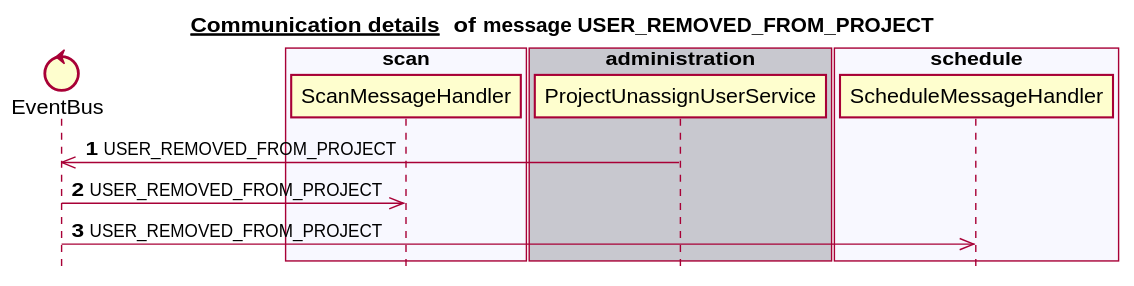
The PlantUML diagram docs/latest/images/gen_domain_messaging_user_removed_from_project.svg in mercedes-benz/sechub, before a commit.
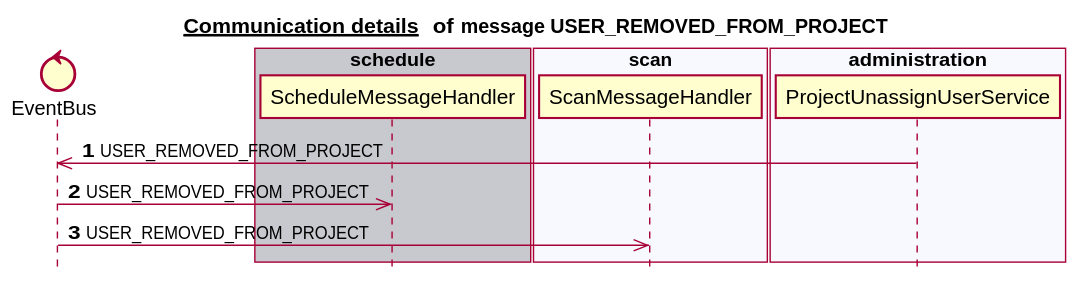
The same diagram one commit later.

Change to the diagram source:
```diff
@@ -6,23 +6,23 @@
 
 
 control EventBus
-box "authorization" #C8C8CF
+box "schedule" #C8C8CF
+   participant ScheduleMessageHandler
 end box
 box "scan" #F8F8FF
    participant ScanMessageHandler
 end box
-box "administration" #C8C8CF
+box "notification" #C8C8CF
+end box
+box "administration" #F8F8FF
    participant ProjectUnassignUserService
 end box
-box "schedule" #F8F8FF
-   participant ScheduleMessageHandler
-end box
-box "notification" #C8C8CF
+box "authorization" #C8C8CF
 end box
 autonumber 1
 ProjectUnassignUserService ->> EventBus:USER_REMOVED_FROM_PROJECT
+EventBus ->> ScheduleMessageHandler:USER_REMOVED_FROM_PROJECT
 EventBus ->> ScanMessageHandler:USER_REMOVED_FROM_PROJECT
-EventBus ->> ScheduleMessageHandler:USER_REMOVED_FROM_PROJECT
 autonumber stop
 
 
```
